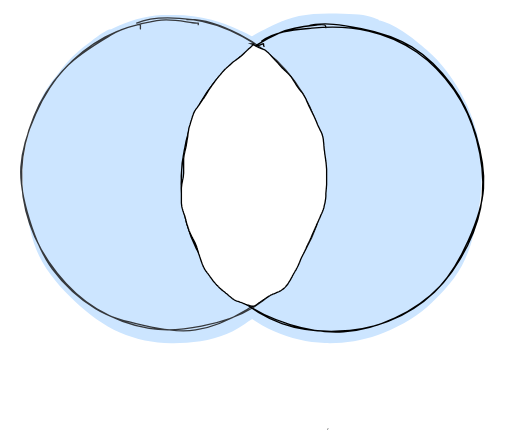
This is content/files/sql_full_outer_exclusive_join.svg from TheRealMattDunn/mattdunn.info, a draw.io export, as it was before one commit. Source tidied: cells renumbered, new cells last; positions are measured from the earlier drawing's top-left corner, leaving out a move shared by most shapes. Its diagram source:
```xml
<mxGraphModel>
  <root>
    <mxCell id="0" />
    <mxCell id="1" parent="0" />
    <mxCell id="2" style="ellipse;whiteSpace=wrap;html=1;fillColor=#cce5ff;sketch=1;fillStyle=solid;strokeColor=none;" parent="1" vertex="1">
      <mxGeometry y="5" width="240" height="240" as="geometry" />
    </mxCell>
    <mxCell id="3" style="ellipse;whiteSpace=wrap;html=1;fillColor=#cce5ff;strokeColor=none;sketch=1;fillStyle=solid;" parent="1" vertex="1">
      <mxGeometry x="120" y="5" width="240" height="240" as="geometry" />
    </mxCell>
    <mxCell id="4" style="ellipse;whiteSpace=wrap;html=1;strokeColor=#36393d;sketch=1;fillStyle=solid;fillColor=none;" parent="1" vertex="1">
      <mxGeometry width="240" height="245" as="geometry" />
    </mxCell>
    <mxCell id="5" style="ellipse;whiteSpace=wrap;html=1;fillColor=none;" parent="1" vertex="1">
      <mxGeometry x="120" y="5" width="240" height="240" as="geometry" />
    </mxCell>
    <mxCell id="6" style="shape=(stored shape, 152 characters);fillColor=none;sketch=0;" parent="1" vertex="1">
      <mxGeometry x="237" y="315.2" width="0.4" height="0.2" as="geometry" />
    </mxCell>
    <mxCell id="7" style="shape=(stored shape, 6064 characters);sketch=0;" parent="1" vertex="1">
      <mxGeometry x="126" y="22.9" width="110.3" height="199.2" as="geometry" />
    </mxCell>
  </root>
</mxGraphModel>
```
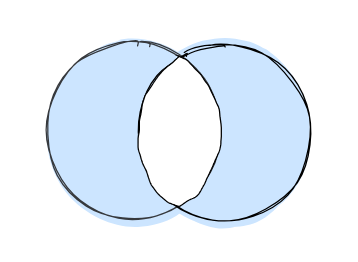
After the commit.

Change to the diagram source:
```diff
@@ -2,23 +2,23 @@
   <root>
     <mxCell id="0" />
     <mxCell id="1" parent="0" />
+    <mxCell id="8" style="group;" parent="1" vertex="1">
+      <mxGeometry x="-80" y="5" width="255" height="186" as="geometry" />
+    </mxCell>
-    <mxCell id="2" style="ellipse;whiteSpace=wrap;html=1;fillColor=#cce5ff;sketch=1;fillStyle=solid;strokeColor=none;" parent="1" vertex="1">
-      <mxGeometry y="5" width="240" height="240" as="geometry" />
+    <mxCell id="2" style="ellipse;whiteSpace=wrap;html=1;fillColor=#cce5ff;sketch=1;fillStyle=solid;strokeColor=none;" parent="8" vertex="1">
+      <mxGeometry x="20" y="23" width="143.2" height="143.2" as="geometry" />
     </mxCell>
-    <mxCell id="3" style="ellipse;whiteSpace=wrap;html=1;fillColor=#cce5ff;strokeColor=none;sketch=1;fillStyle=solid;" parent="1" vertex="1">
-      <mxGeometry x="120" y="5" width="240" height="240" as="geometry" />
+    <mxCell id="3" style="ellipse;whiteSpace=wrap;html=1;fillColor=#cce5ff;strokeColor=none;sketch=1;fillStyle=solid;" parent="8" vertex="1">
+      <mxGeometry x="91.6" y="23" width="143.2" height="143.2" as="geometry" />
     </mxCell>
-    <mxCell id="4" style="ellipse;whiteSpace=wrap;html=1;strokeColor=#36393d;sketch=1;fillStyle=solid;fillColor=none;" parent="1" vertex="1">
-      <mxGeometry width="240" height="245" as="geometry" />
+    <mxCell id="4" style="ellipse;whiteSpace=wrap;html=1;strokeColor=#36393d;sketch=1;fillStyle=solid;fillColor=none;" parent="8" vertex="1">
+      <mxGeometry x="20" y="20" width="143.2" height="146.1" as="geometry" />
     </mxCell>
-    <mxCell id="5" style="ellipse;whiteSpace=wrap;html=1;fillColor=none;" parent="1" vertex="1">
-      <mxGeometry x="120" y="5" width="240" height="240" as="geometry" />
+    <mxCell id="5" style="ellipse;whiteSpace=wrap;html=1;fillColor=none;" parent="8" vertex="1">
+      <mxGeometry x="91.6" y="23" width="143.2" height="143.2" as="geometry" />
     </mxCell>
-    <mxCell id="6" style="shape=(stored shape, 152 characters);fillColor=none;sketch=0;" parent="1" vertex="1">
-      <mxGeometry x="237" y="315.2" width="0.4" height="0.2" as="geometry" />
-    </mxCell>
-    <mxCell id="7" style="shape=(stored shape, 6064 characters);sketch=0;" parent="1" vertex="1">
-      <mxGeometry x="126" y="22.9" width="110.3" height="199.2" as="geometry" />
+    <mxCell id="7" style="shape=(stored shape, 6064 characters);sketch=0;" parent="8" vertex="1">
+      <mxGeometry x="95.2" y="33.6" width="65.8" height="118.8" as="geometry" />
     </mxCell>
   </root>
 </mxGraphModel>
```
